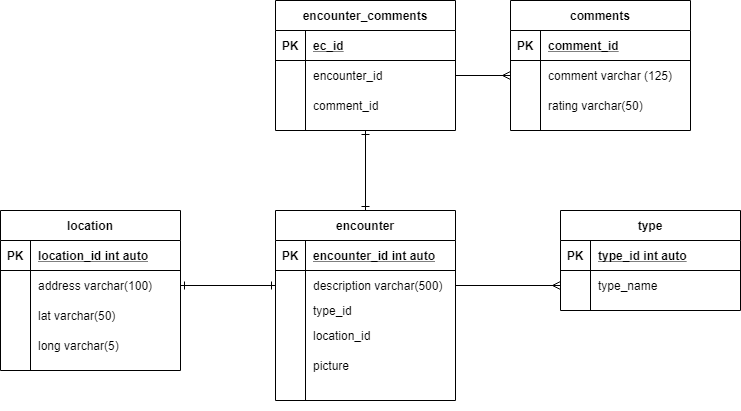
Before: diagrams/databasediagram.png, a diagram exported from draw.io (adambigs/Spooky-Spaces). Source tidied: cells renumbered, new cells last; positions are measured from the earlier drawing's top-left corner, leaving out a move shared by most shapes.
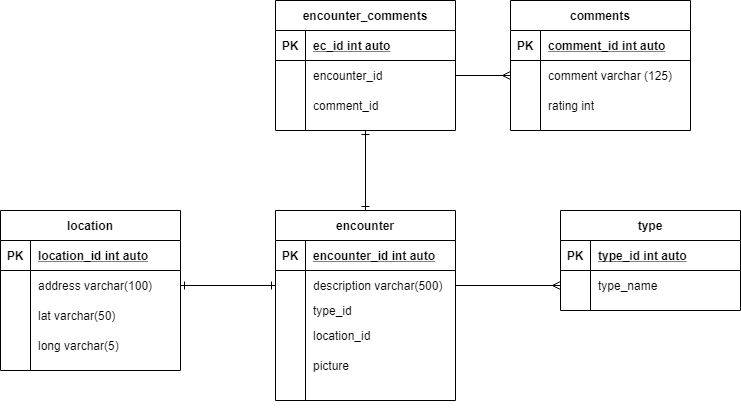
After the commit.

Commit message:
Updated database diagram

Diff of the diagram source:
```diff
@@ -14,7 +14,7 @@
     <mxCell id="5" value="PK" style="shape=partialRectangle;fillColor=none;top=0;left=0;bottom=0;right=0;fontStyle=1;overflow=hidden;" parent="4" vertex="1">
       <mxGeometry width="30" height="30" as="geometry" />
     </mxCell>
-    <mxCell id="6" value="ec_id" style="shape=partialRectangle;fillColor=none;top=0;left=0;bottom=0;right=0;align=left;spacingLeft=6;fontStyle=5;overflow=hidden;" parent="4" vertex="1">
+    <mxCell id="6" value="ec_id int auto" style="shape=partialRectangle;fillColor=none;top=0;left=0;bottom=0;right=0;align=left;spacingLeft=6;fontStyle=5;overflow=hidden;" parent="4" vertex="1">
       <mxGeometry x="30" width="150" height="30" as="geometry" />
     </mxCell>
     <mxCell id="7" style="shape=partialRectangle;fillColor=none;top=0;left=0;bottom=0;right=0;points=[[0,0.5],[1,0.5]];portConstraint=eastwest;" parent="3" vertex="1">
@@ -44,7 +44,7 @@
     <mxCell id="15" value="PK" style="shape=partialRectangle;fillColor=none;top=0;left=0;bottom=0;right=0;fontStyle=1;overflow=hidden;" parent="14" vertex="1">
       <mxGeometry width="30" height="30" as="geometry" />
     </mxCell>
-    <mxCell id="16" value="comment_id" style="shape=partialRectangle;fillColor=none;top=0;left=0;bottom=0;right=0;align=left;spacingLeft=6;fontStyle=5;overflow=hidden;" parent="14" vertex="1">
+    <mxCell id="16" value="comment_id int auto" style="shape=partialRectangle;fillColor=none;top=0;left=0;bottom=0;right=0;align=left;spacingLeft=6;fontStyle=5;overflow=hidden;" parent="14" vertex="1">
       <mxGeometry x="30" width="150" height="30" as="geometry" />
     </mxCell>
     <mxCell id="17" style="shape=partialRectangle;fillColor=none;top=0;left=0;bottom=0;right=0;points=[[0,0.5],[1,0.5]];portConstraint=eastwest;" parent="13" vertex="1">
@@ -62,7 +62,7 @@
     <mxCell id="21" style="shape=partialRectangle;fillColor=none;top=0;left=0;bottom=0;right=0;overflow=hidden;" parent="20" vertex="1">
       <mxGeometry width="30" height="30" as="geometry" />
     </mxCell>
-    <mxCell id="22" value="rating varchar(50)" style="shape=partialRectangle;fillColor=none;top=0;left=0;bottom=0;right=0;align=left;spacingLeft=6;overflow=hidden;" parent="20" vertex="1">
+    <mxCell id="22" value="rating int" style="shape=partialRectangle;fillColor=none;top=0;left=0;bottom=0;right=0;align=left;spacingLeft=6;overflow=hidden;" parent="20" vertex="1">
       <mxGeometry x="30" width="150" height="30" as="geometry" />
     </mxCell>
     <mxCell id="23" value="type" style="shape=table;startSize=30;rowLines=0;fontStyle=1;align=center;" parent="1" vertex="1">
```
